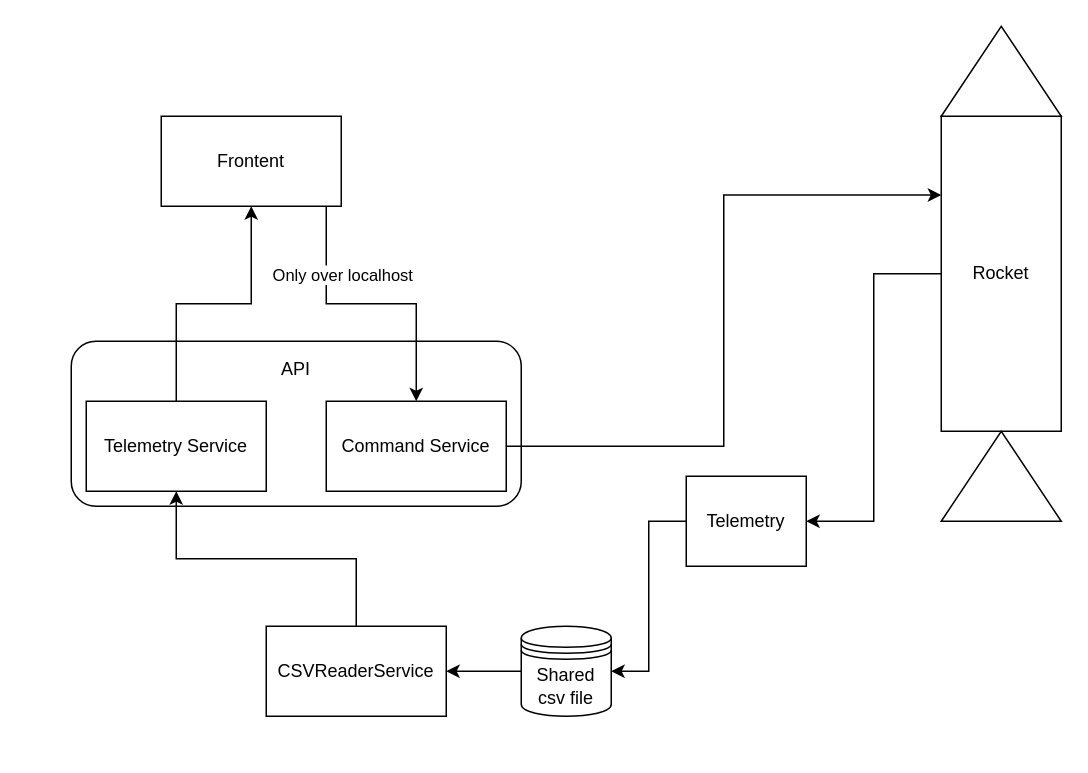
LBerntsen/bachelor-aerospace-gui keeps this draw.io diagram as Diagrams/Design Diagram.drawio. Above is the earlier version. Source tidied: cells renumbered, new cells numbered last; positions are measured from the earlier drawing's top-left corner, leaving out a move shared by most shapes. Both pictures are drawn from the tidied source at 150%, with x=0, y=0 at pixel (70, 10).
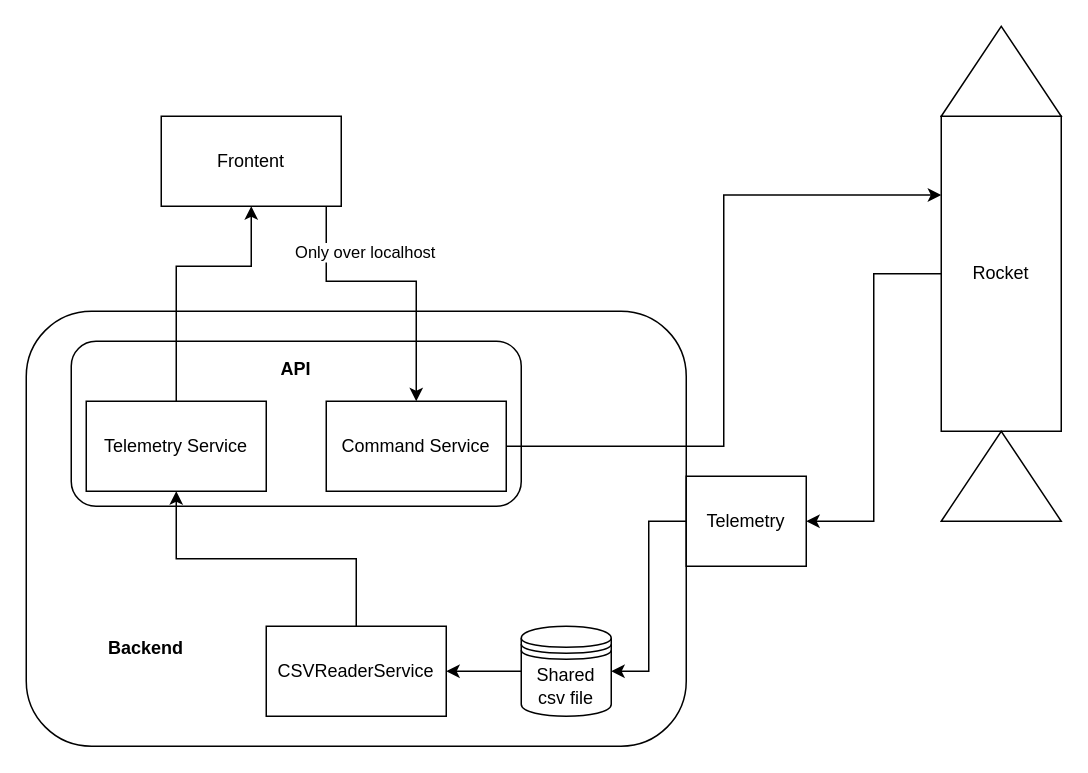
Above is the later version.

Commit message:
Update design diagram

Unchanged cells that the change refers to:
```xml
<mxCell id="12" value="Telemetry Service" style="rounded=0;whiteSpace=wrap;html=1;" parent="1" vertex="1">
  <mxGeometry x="10" y="260" width="120" height="60" as="geometry" />
</mxCell>
<mxCell id="17" value="Frontent" style="rounded=0;whiteSpace=wrap;html=1;" parent="1" vertex="1">
  <mxGeometry x="60" y="70" width="120" height="60" as="geometry" />
</mxCell>
<mxCell id="18" value="Command Service" style="rounded=0;whiteSpace=wrap;html=1;" parent="1" vertex="1">
  <mxGeometry x="170" y="260" width="120" height="60" as="geometry" />
</mxCell>
```

Change to the diagram source:
```diff
@@
+    <mxCell id="20" value="&lt;div&gt;&lt;br&gt;&lt;/div&gt;" style="rounded=1;whiteSpace=wrap;html=1;" parent="1" vertex="1">
+      <mxGeometry x="-30" y="200" width="440" height="290" as="geometry" />
+    </mxCell>
-    <mxCell id="2" value="API&lt;div&gt;&lt;br&gt;&lt;/div&gt;&lt;div&gt;&lt;br&gt;&lt;/div&gt;&lt;div&gt;&lt;br&gt;&lt;/div&gt;&lt;div&gt;&lt;br&gt;&lt;/div&gt;&lt;div&gt;&lt;br&gt;&lt;/div&gt;" style="rounded=1;whiteSpace=wrap;html=1;" parent="1" vertex="1">
+    <mxCell id="2" value="&lt;b&gt;API&lt;/b&gt;&lt;div&gt;&lt;b&gt;&lt;br&gt;&lt;/b&gt;&lt;/div&gt;&lt;div&gt;&lt;b&gt;&lt;br&gt;&lt;/b&gt;&lt;/div&gt;&lt;div&gt;&lt;b&gt;&lt;br&gt;&lt;/b&gt;&lt;/div&gt;&lt;div&gt;&lt;b&gt;&lt;br&gt;&lt;/b&gt;&lt;/div&gt;&lt;div&gt;&lt;br&gt;&lt;/div&gt;" style="rounded=1;whiteSpace=wrap;html=1;" parent="1" vertex="1">
       <mxGeometry y="220" width="300" height="110" as="geometry" />
     </mxCell>
@@
     <mxCell id="11" style="edgeStyle=orthogonalEdgeStyle;rounded=0;jettySize=auto;html=1;" parent="1" edge="1" source="12" target="17">
-      <mxGeometry relative="1" as="geometry" />
+      <mxGeometry relative="1" as="geometry">
+        <Array as="points">
+          <mxPoint x="70" y="170" />
+          <mxPoint x="120" y="170" />
+        </Array>
+      </mxGeometry>
     </mxCell>
@@
     <mxCell id="15" style="edgeStyle=orthogonalEdgeStyle;rounded=0;jettySize=auto;html=1;" parent="1" edge="1" source="17" target="18">
       <mxGeometry relative="1" as="geometry">
         <Array as="points">
-          <mxPoint x="170" y="195" />
-          <mxPoint x="230" y="195" />
+          <mxPoint x="170" y="180" />
+          <mxPoint x="230" y="180" />
         </Array>
       </mxGeometry>
     </mxCell>
@@
+    <mxCell id="21" value="&lt;b&gt;Backend&lt;/b&gt;" style="text;html=1;whiteSpace=wrap;strokeColor=none;fillColor=none;align=center;verticalAlign=middle;rounded=0;" parent="1" vertex="1">
+      <mxGeometry x="20" y="410" width="60" height="30" as="geometry" />
+    </mxCell>
```
